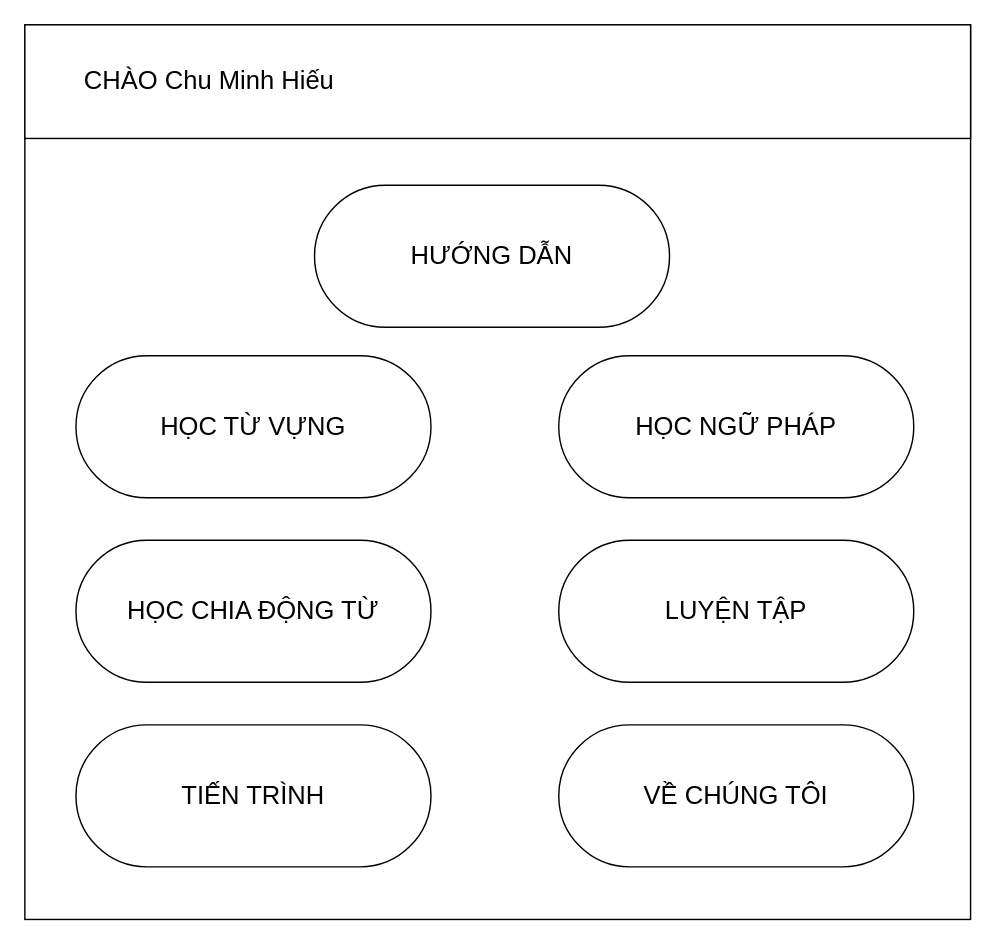
Earlier version of the draw.io diagram page "Giao diện chung" (4 of 5) of GUI.drawio (Tran-Long-Vu/AppVocabFR). Source tidied: cells renumbered, new cells numbered last; positions are measured from the earlier drawing's top-left corner, leaving out a move shared by most shapes. Both pictures are drawn from the tidied source at 142%, with x=0, y=0 at pixel (24, 24).
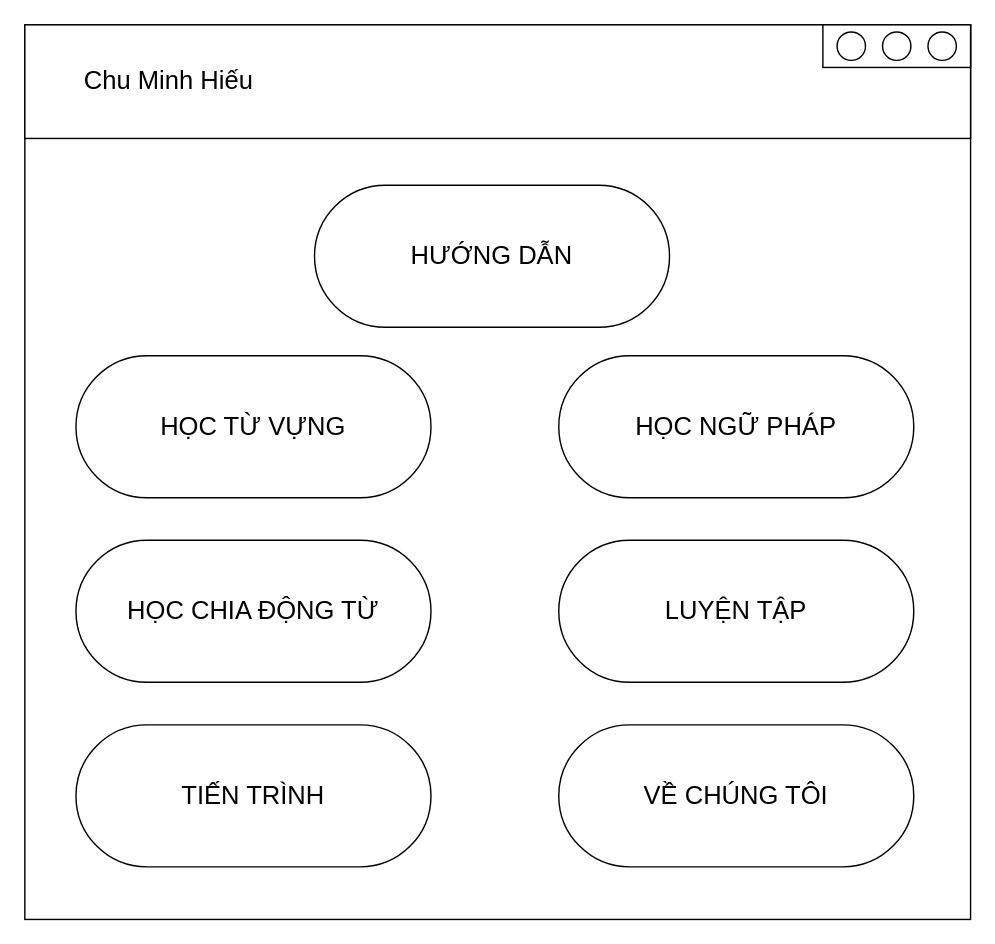
The same diagram, later.

What changed in the source:
```diff
@@
 <mxGraphModel>
   <root>
     <mxCell id="0" />
     <mxCell id="1" parent="0" />
     <mxCell id="2" style="rounded=0;whiteSpace=wrap;html=1;" parent="1" vertex="1">
       <mxGeometry width="666" height="630" as="geometry" />
     </mxCell>
-    <mxCell id="3" value="&lt;font style=&quot;font-size: 18px;&quot;&gt;&lt;span style=&quot;white-space: pre;&quot;&gt;&#9;&lt;/span&gt;CHÀO Chu Minh Hiếu&lt;/font&gt;" style="rounded=0;whiteSpace=wrap;html=1;align=left;" parent="1" vertex="1">
+    <mxCell id="3" value="&lt;font style=&quot;font-size: 18px;&quot;&gt;&lt;span style=&quot;white-space: pre;&quot;&gt;&#9;&lt;/span&gt;Chu Minh Hiếu&lt;/font&gt;" style="rounded=0;whiteSpace=wrap;html=1;align=left;" parent="1" vertex="1">
       <mxGeometry width="666" height="80" as="geometry" />
     </mxCell>
     <mxCell id="4" value="HƯỚNG DẪN" style="rounded=1;whiteSpace=wrap;html=1;arcSize=50;fontSize=18;" parent="1" vertex="1">
       <mxGeometry x="204" y="113" width="250" height="100" as="geometry" />
     </mxCell>
     <mxCell id="5" value="HỌC TỪ VỰNG" style="rounded=1;whiteSpace=wrap;html=1;arcSize=50;fontSize=18;" parent="1" vertex="1">
       <mxGeometry x="36" y="233" width="250" height="100" as="geometry" />
     </mxCell>
     <mxCell id="6" value="HỌC NGỮ PHÁP" style="rounded=1;whiteSpace=wrap;html=1;arcSize=50;fontSize=18;" parent="1" vertex="1">
       <mxGeometry x="376" y="233" width="250" height="100" as="geometry" />
     </mxCell>
     <mxCell id="7" value="HỌC CHIA ĐỘNG TỪ" style="rounded=1;whiteSpace=wrap;html=1;arcSize=50;fontSize=18;" parent="1" vertex="1">
       <mxGeometry x="36" y="363" width="250" height="100" as="geometry" />
     </mxCell>
     <mxCell id="8" value="LUYỆN TẬP" style="rounded=1;whiteSpace=wrap;html=1;arcSize=50;fontSize=18;" parent="1" vertex="1">
       <mxGeometry x="376" y="363" width="250" height="100" as="geometry" />
     </mxCell>
     <mxCell id="9" value="TIẾN TRÌNH" style="rounded=1;whiteSpace=wrap;html=1;arcSize=50;fontSize=18;" parent="1" vertex="1">
       <mxGeometry x="36" y="493" width="250" height="100" as="geometry" />
     </mxCell>
     <mxCell id="10" value="VỀ CHÚNG TÔI" style="rounded=1;whiteSpace=wrap;html=1;arcSize=50;fontSize=18;" parent="1" vertex="1">
       <mxGeometry x="376" y="493" width="250" height="100" as="geometry" />
     </mxCell>
+    <mxCell id="11" style="group;" parent="1" vertex="1">
+      <mxGeometry x="562" width="104" height="30" as="geometry" />
+    </mxCell>
+    <mxCell id="12" style="group;" parent="11" vertex="1">
+      <mxGeometry width="104" height="30" as="geometry" />
+    </mxCell>
+    <mxCell id="13" style="rounded=0;whiteSpace=wrap;html=1;" parent="12" vertex="1">
+      <mxGeometry width="104" height="30" as="geometry" />
+    </mxCell>
+    <mxCell id="14" style="ellipse;whiteSpace=wrap;html=1;" parent="12" vertex="1">
+      <mxGeometry x="10" y="5" width="20" height="20" as="geometry" />
+    </mxCell>
+    <mxCell id="15" style="ellipse;whiteSpace=wrap;html=1;" parent="12" vertex="1">
+      <mxGeometry x="42" y="5" width="20" height="20" as="geometry" />
+    </mxCell>
+    <mxCell id="16" style="ellipse;whiteSpace=wrap;html=1;" parent="12" vertex="1">
+      <mxGeometry x="74" y="5" width="20" height="20" as="geometry" />
+    </mxCell>
   </root>
 </mxGraphModel>
```
